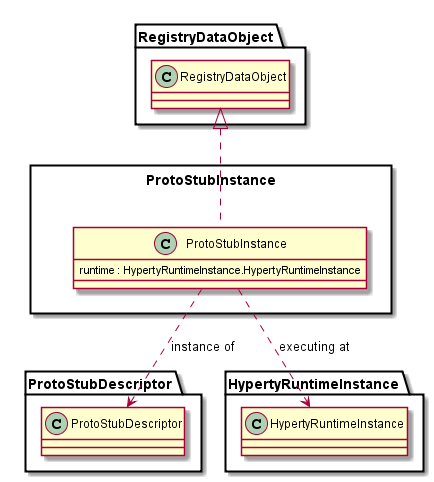
reTHINK-project/dev-service-framework keeps this PlantUML diagram as docs/datamodel/Protostub-Instance-Data-Object-Model.png. Above is the earlier version.
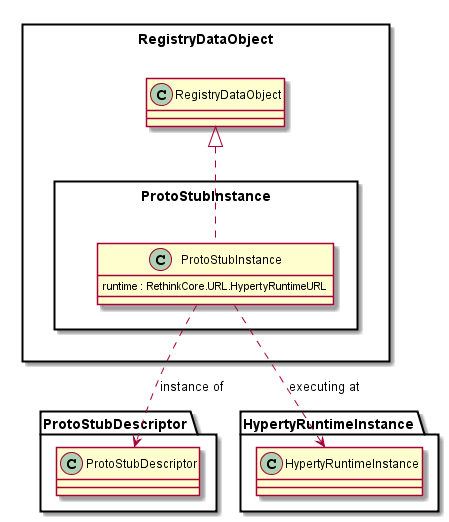
After the commit.

The edit, as a diff of the source:
```diff
@@ -1,9 +1,11 @@
 @startuml "Protostub-Instance-Data-Object-Model.png"
+
+package RegistryDataObject <<Rect>> {
 
 package ProtoStubInstance <<Rect>> {
 
 	class ProtoStubInstance {
-		runtime : HypertyRuntimeInstance.HypertyRuntimeInstance
+		runtime : RethinkCore.URL.HypertyRuntimeURL
 	}
 
 	ProtoStubInstance .up.|> RegistryDataObject.RegistryDataObject
@@ -13,4 +15,5 @@
 
 }
 
+}
 @enduml
```
